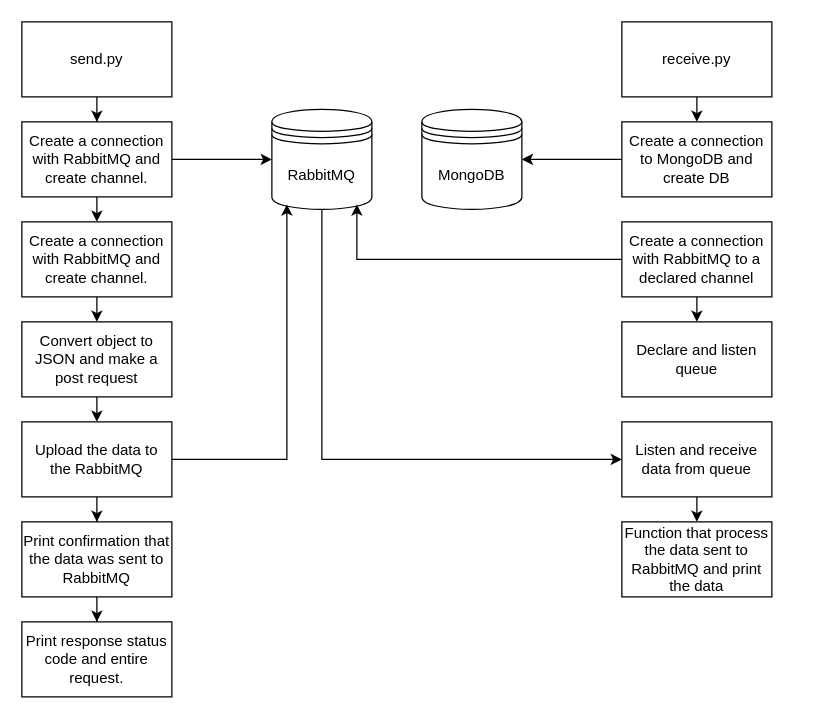
Before: docs/docs.drawio in KDworakowski/3app, a draw.io diagram. Source tidied: cells renumbered, new cells numbered last; positions are measured from the earlier drawing's top-left corner, leaving out a move shared by most shapes. Both pictures are drawn from the tidied source at 125%, with x=0, y=0 at pixel (21, 21).
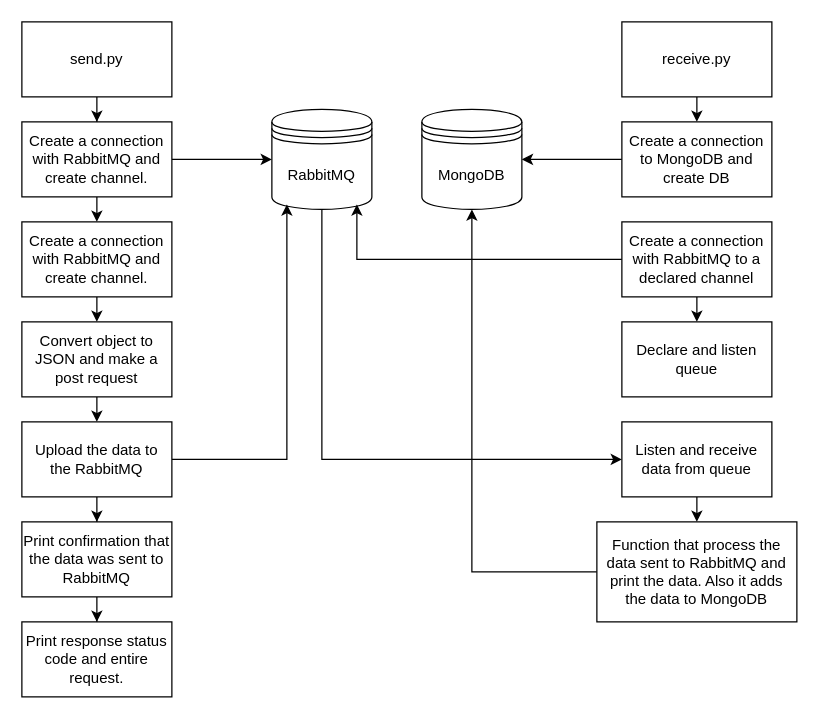
Above is the later version.

Unchanged cells that the change refers to:
```xml
<mxCell id="4" value="MongoDB" style="shape=datastore;whiteSpace=wrap;html=1;" parent="1" vertex="1">
  <mxGeometry x="320" y="70" width="80" height="80" as="geometry" />
</mxCell>
```

The edit, as a diff of the source:
```diff
@@
+    <mxCell id="31" style="edgeStyle=orthogonalEdgeStyle;rounded=0;jettySize=auto;html=1;exitX=0.5;exitY=1;exitDx=0;exitDy=0;entryX=0.5;entryY=0;entryDx=0;entryDy=0;" parent="1" edge="1" source="28">
+      <mxGeometry relative="1" as="geometry">
+        <mxPoint x="540" y="480" as="targetPoint" />
+      </mxGeometry>
+    </mxCell>
+    <mxCell id="32" style="edgeStyle=orthogonalEdgeStyle;rounded=0;jettySize=auto;html=1;exitX=0;exitY=0.5;exitDx=0;exitDy=0;entryX=0.5;entryY=1;entryDx=0;entryDy=0;" parent="1" edge="1" source="28" target="4">
+      <mxGeometry relative="1" as="geometry" />
+    </mxCell>
-    <mxCell id="28" value="Function that process the data sent to RabbitMQ and print the data" style="rounded=0;whiteSpace=wrap;html=1;" parent="1" vertex="1">
-      <mxGeometry x="480" y="400" width="120" height="60" as="geometry" />
+    <mxCell id="28" value="Function that process the data sent to RabbitMQ and print the data. Also it adds the data to MongoDB" style="rounded=0;whiteSpace=wrap;html=1;" parent="1" vertex="1">
+      <mxGeometry x="460" y="400" width="160" height="80" as="geometry" />
     </mxCell>
```
